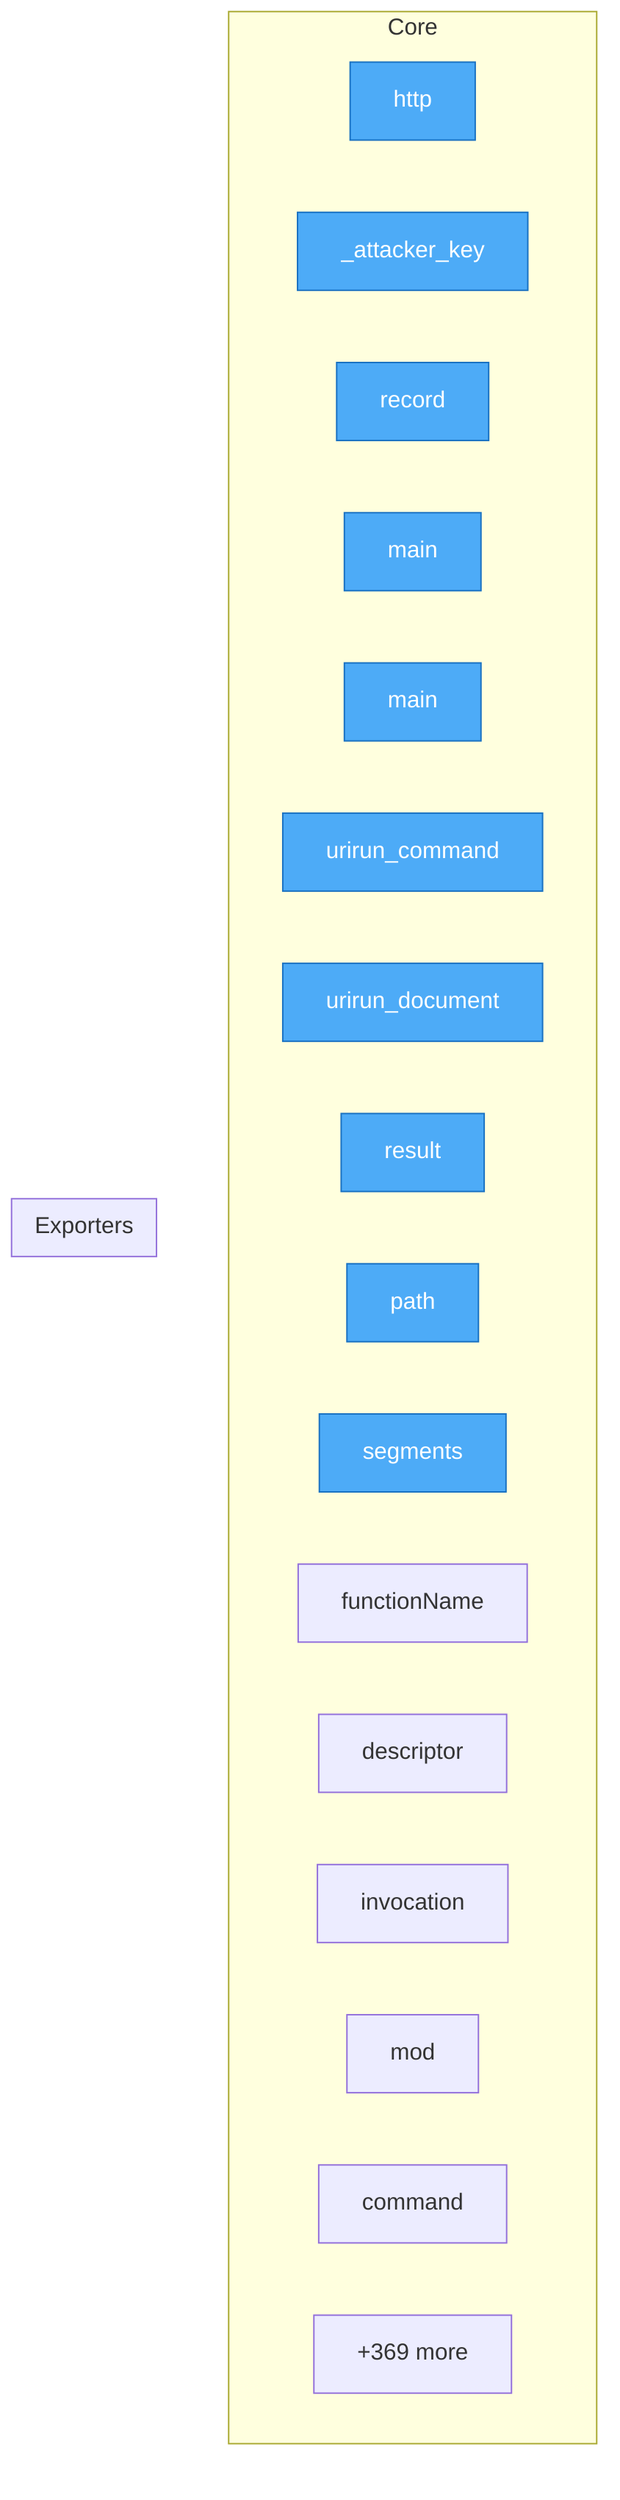
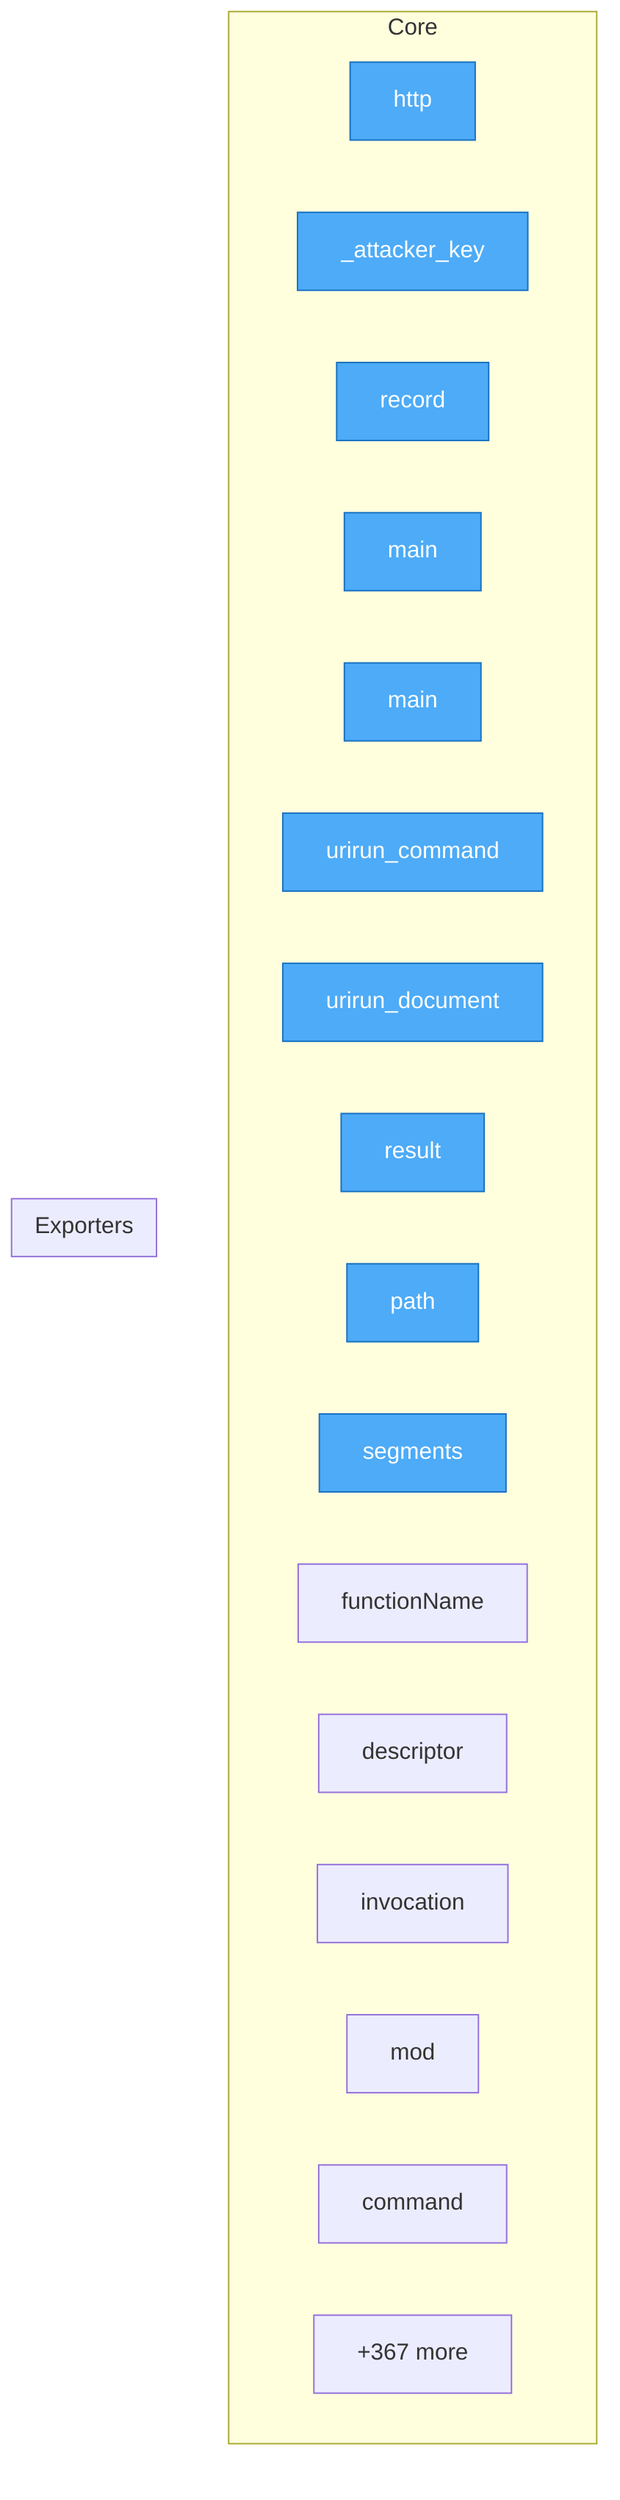
flowchart TD
%% generated in 0.02s

    %% Entry points (blue)
    classDef entry fill:#4dabf7,stroke:#1971c2,color:#fff

    subgraph Core
        security__mesh_probe__probe__http["http"]
        security__mesh_probe__probe___attacker_key["_attacker_key"]
        security__mesh_probe__probe__record["record"]
        adapters__conformance__main["main"]
        adapters__new_connector__main["main"]
        adapters__bash__urirun__urirun_command["urirun_command"]
        adapters__bash__urirun__urirun_document["urirun_document"]
        adapters__js__index__test__result["result"]
        adapters__js__path["path"]
        adapters__js__segments["segments"]
        adapters__js__functionName["functionName"]
        adapters__js__descriptor["descriptor"]
        adapters__js__invocation["invocation"]
        adapters__js__mod["mod"]
        adapters__java__Urirun__Urirun__command["command"]
-         ...["+369 more"]
+         ...["+367 more"]
    end

    subgraph Exporters
    end

    class security__mesh_probe__probe__http,security__mesh_probe__probe___attacker_key,security__mesh_probe__probe__record,adapters__conformance__main,adapters__new_connector__main,adapters__bash__urirun__urirun_command,adapters__bash__urirun__urirun_document,adapters__js__index__test__result,adapters__js__path,adapters__js__segments entry
